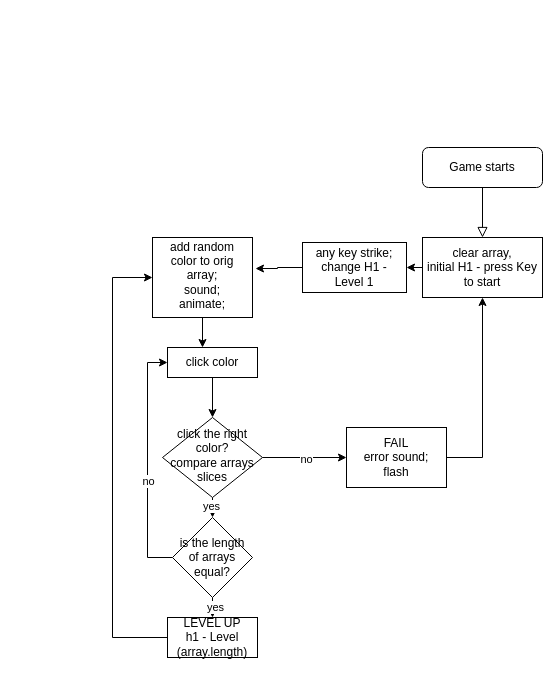
Above: Simon-adv.drawio in samuelosss/simonGame (draw.io), before the change. Source tidied: cells renumbered, new cells numbered last; positions are measured from the earlier drawing's top-left corner, leaving out a move shared by most shapes. Both pictures are drawn from the tidied source at 100%, with x=0, y=0 at pixel (112, 147).
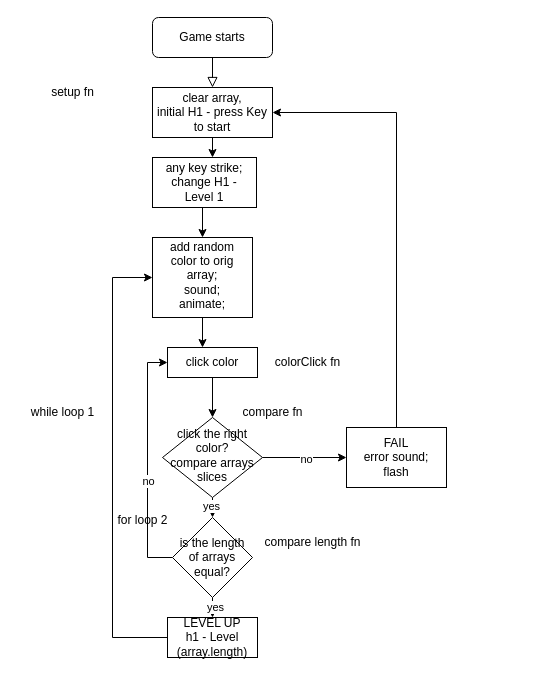
Above is the later version.

The change refers to these unchanged cells:
```xml
<mxCell id="5" value="add random color to orig array;&lt;br&gt;sound;&lt;br&gt;animate;" style="whiteSpace=wrap;html=1;shadow=0;fontFamily=Helvetica;fontSize=12;align=center;strokeWidth=1;spacing=6;spacingTop=-4;" parent="1" vertex="1">
  <mxGeometry x="40" y="90" width="100" height="80" as="geometry" />
</mxCell>
<mxCell id="12" value="FAIL&lt;br&gt;error sound;&lt;br&gt;flash" style="whiteSpace=wrap;html=1;" parent="1" vertex="1">
  <mxGeometry x="234" y="280" width="100" height="60" as="geometry" />
</mxCell>
```

What changed in the source:
```diff
@@
     <mxCell id="3" value="Game starts" style="rounded=1;whiteSpace=wrap;html=1;fontSize=12;glass=0;strokeWidth=1;shadow=0;" parent="1" vertex="1">
-      <mxGeometry x="310" width="120" height="40" as="geometry" />
+      <mxGeometry x="40" y="-130" width="120" height="40" as="geometry" />
     </mxCell>
@@
-    <mxCell id="11" style="edgeStyle=orthogonalEdgeStyle;rounded=0;jettySize=auto;html=1;exitX=1;exitY=0.5;exitDx=0;exitDy=0;entryX=0.5;entryY=1;entryDx=0;entryDy=0;" parent="1" edge="1" source="12" target="16">
+    <mxCell id="11" style="edgeStyle=orthogonalEdgeStyle;rounded=0;jettySize=auto;html=1;exitX=0.5;exitY=0;exitDx=0;exitDy=0;entryX=1;entryY=0.5;entryDx=0;entryDy=0;" parent="1" edge="1" source="12" target="16">
       <mxGeometry relative="1" as="geometry" />
     </mxCell>
@@
-    <mxCell id="15" style="edgeStyle=orthogonalEdgeStyle;rounded=0;jettySize=auto;html=1;exitX=0;exitY=0.5;exitDx=0;exitDy=0;entryX=1;entryY=0.5;entryDx=0;entryDy=0;" parent="1" edge="1" source="16" target="18">
+    <mxCell id="15" style="edgeStyle=orthogonalEdgeStyle;rounded=0;jettySize=auto;html=1;exitX=0.5;exitY=1;exitDx=0;exitDy=0;entryX=0.577;entryY=0;entryDx=0;entryDy=0;entryPerimeter=0;" parent="1" edge="1" source="16" target="18">
       <mxGeometry relative="1" as="geometry" />
     </mxCell>
     <mxCell id="16" value="clear array,&lt;br&gt;initial H1 - press Key to start" style="rounded=0;whiteSpace=wrap;html=1;" parent="1" vertex="1">
-      <mxGeometry x="310" y="90" width="120" height="60" as="geometry" />
+      <mxGeometry x="40" y="-60" width="120" height="50" as="geometry" />
     </mxCell>
-    <mxCell id="17" style="edgeStyle=orthogonalEdgeStyle;rounded=0;jettySize=auto;html=1;exitX=0;exitY=0.5;exitDx=0;exitDy=0;entryX=1.03;entryY=0.388;entryDx=0;entryDy=0;entryPerimeter=0;" parent="1" edge="1" source="18" target="5">
+    <mxCell id="17" style="edgeStyle=orthogonalEdgeStyle;rounded=0;jettySize=auto;html=1;exitX=0.5;exitY=1;exitDx=0;exitDy=0;entryX=0.5;entryY=0;entryDx=0;entryDy=0;" parent="1" edge="1" source="18" target="5">
       <mxGeometry relative="1" as="geometry" />
     </mxCell>
     <mxCell id="18" value="any key strike;&lt;br&gt;change H1 - &lt;br&gt;Level 1" style="rounded=0;whiteSpace=wrap;html=1;" parent="1" vertex="1">
-      <mxGeometry x="190" y="95" width="104" height="50" as="geometry" />
+      <mxGeometry x="40" y="10" width="104" height="50" as="geometry" />
     </mxCell>
@@
+    <mxCell id="26" value="setup fn" style="text;html=1;align=center;verticalAlign=middle;strokeColor=none;fillColor=none;" parent="1" vertex="1">
+      <mxGeometry x="-75" y="-70" width="70" height="30" as="geometry" />
+    </mxCell>
+    <mxCell id="27" value="while loop 1" style="text;html=1;align=center;verticalAlign=middle;strokeColor=none;fillColor=none;" parent="1" vertex="1">
+      <mxGeometry x="-95" y="250" width="90" height="30" as="geometry" />
+    </mxCell>
+    <mxCell id="28" value="for loop 2" style="text;html=1;align=center;verticalAlign=middle;strokeColor=none;fillColor=none;" parent="1" vertex="1">
+      <mxGeometry x="-5" y="358" width="70" height="30" as="geometry" />
+    </mxCell>
+    <mxCell id="29" value="colorClick fn" style="text;html=1;align=center;verticalAlign=middle;strokeColor=none;fillColor=none;" parent="1" vertex="1">
+      <mxGeometry x="150" y="200" width="90" height="30" as="geometry" />
+    </mxCell>
+    <mxCell id="30" value="compare fn" style="text;html=1;align=center;verticalAlign=middle;strokeColor=none;fillColor=none;" parent="1" vertex="1">
+      <mxGeometry x="120" y="250" width="80" height="30" as="geometry" />
+    </mxCell>
+    <mxCell id="31" value="compare length fn" style="text;html=1;align=center;verticalAlign=middle;strokeColor=none;fillColor=none;" parent="1" vertex="1">
+      <mxGeometry x="140" y="380" width="120" height="30" as="geometry" />
+    </mxCell>
```
